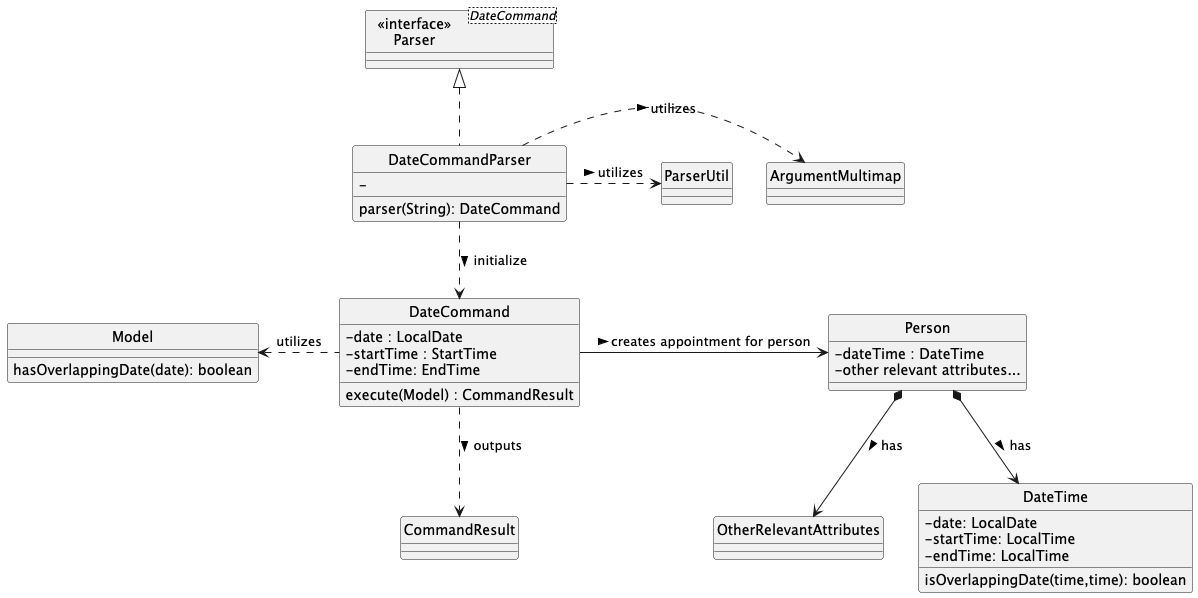
Earlier version of the PlantUML export docs/images/BetterDateClassDiagram.png (nus-cs2103-AY2425S1/tp). Source of this version:
```plantuml
@startuml
hide circle
skinparam classAttributeIconSize 0

Class "  <<interface>>  \nParser" as Parser<DateCommand>
Class DateCommandParser {
    -
    parser(String): DateCommand
}

Class DateCommand {
  -date : LocalDate
  -startTime : StartTime
  -endTime: EndTime
  execute(Model) : CommandResult
}

Class Model {
    hasOverlappingDate(date): boolean
}
Class CommandResult

Class ArgumentMultimap
Class ParserUtil

Class Person {
  -dateTime : DateTime
  -other relevant attributes...
}
Class OtherRelevantAttributes
Class DateTime {
    -date: LocalDate
    -startTime: LocalTime
    -endTime: LocalTime
    isOverlappingDate(time,time): boolean
}

DateCommandParser .up.|> Parser

DateCommandParser .down.> DateCommand: initialize >
DateCommandParser .right.> ArgumentMultimap: utilizes >
DateCommandParser .right.> ParserUtil: utilizes >

DateCommand .down.> CommandResult: outputs >
DateCommand .left.>Model: utilizes

DateCommand -right-> Person: creates appointment for person >
Person *-down-> DateTime: has >
Person *-down-> OtherRelevantAttributes: has >


@enduml
```
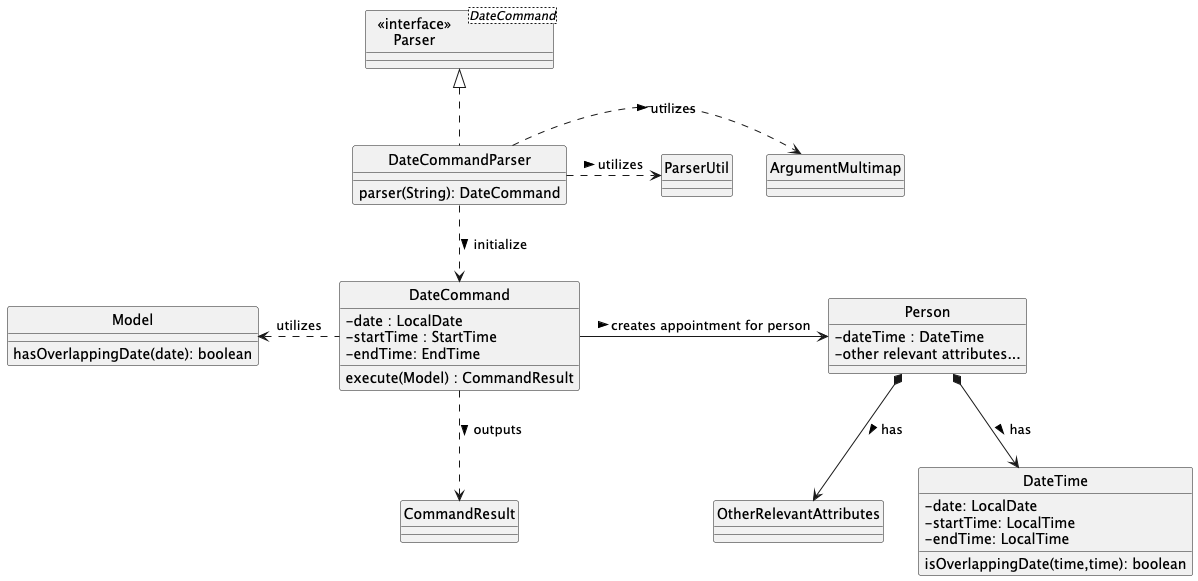
After the commit.

Commit message:
Update delete and date class diagram Closes #239

Change to the diagram source:
```diff
@@ -4,7 +4,6 @@
 
 Class "  <<interface>>  \nParser" as Parser<DateCommand>
 Class DateCommandParser {
-    -
     parser(String): DateCommand
 }
 
```
